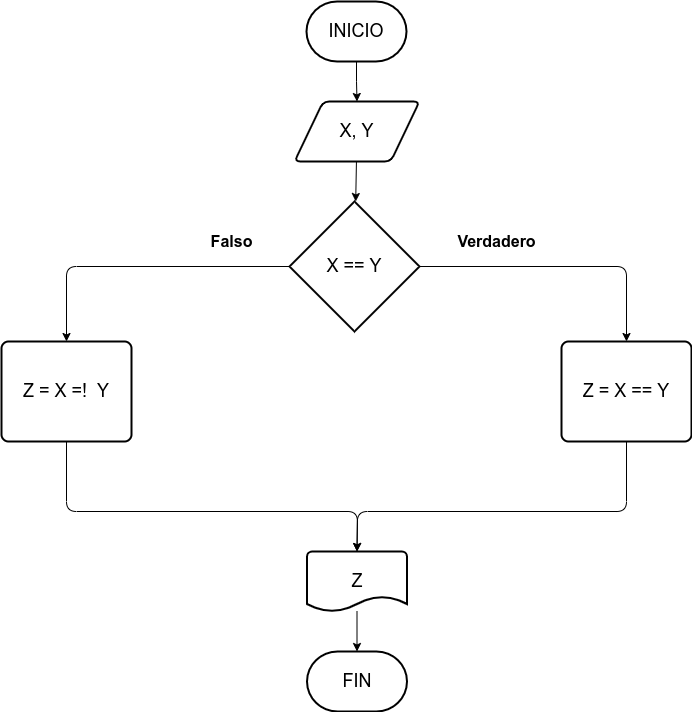
This is numeros-diferentes/numeros-diferentes.png from sanmacorz/ejercicios-fundamentos, a draw.io export, as it was before one commit. Source tidied: cells renumbered, new cells last; positions are measured from the earlier drawing's top-left corner, leaving out a move shared by most shapes.
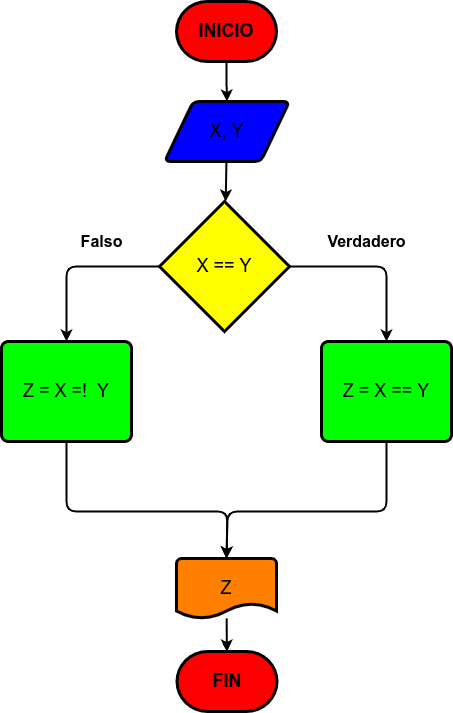
Above is the later version.

What changed in the source:
```diff
@@ -1,71 +1,74 @@
-<mxGraphModel>
+<mxGraphModel background="#FFFFFF">
   <root>
     <mxCell id="0" />
     <mxCell id="1" parent="0" />
-    <mxCell id="2" style="edgeStyle=none;html=1;" parent="1" edge="1" source="3" target="11">
+    <mxCell id="2" style="edgeStyle=none;html=1;strokeColor=#000000;strokeWidth=2;" parent="1" edge="1" source="3" target="11">
       <mxGeometry relative="1" as="geometry" />
     </mxCell>
-    <mxCell id="3" value="&lt;font style=&quot;font-size: 18px&quot;&gt;X, Y&lt;br&gt;&lt;/font&gt;" style="shape=parallelogram;html=1;strokeWidth=2;perimeter=parallelogramPerimeter;whiteSpace=wrap;rounded=1;arcSize=12;size=0.23;" parent="1" vertex="1">
+    <mxCell id="3" value="&lt;font style=&quot;font-size: 18px&quot;&gt;X, Y&lt;br&gt;&lt;/font&gt;" style="shape=parallelogram;html=1;strokeWidth=3;perimeter=parallelogramPerimeter;whiteSpace=wrap;rounded=1;arcSize=12;size=0.23;fillColor=#0000FF;fontColor=#000000;strokeColor=#000000;" parent="1" vertex="1">
       <mxGeometry x="293" y="100" width="125" height="60" as="geometry" />
     </mxCell>
-    <mxCell id="4" style="edgeStyle=orthogonalEdgeStyle;rounded=0;jettySize=auto;html=1;fontSize=18;" parent="1" edge="1" source="5" target="3">
+    <mxCell id="4" style="edgeStyle=orthogonalEdgeStyle;rounded=0;jettySize=auto;html=1;fontSize=18;strokeColor=#000000;strokeWidth=2;" parent="1" edge="1" source="5" target="3">
       <mxGeometry relative="1" as="geometry" />
     </mxCell>
-    <mxCell id="5" value="INICIO" style="strokeWidth=2;html=1;shape=mxgraph.flowchart.terminator;whiteSpace=wrap;fontSize=18;" parent="1" vertex="1">
+    <mxCell id="5" value="INICIO" style="strokeWidth=3;html=1;shape=mxgraph.flowchart.terminator;whiteSpace=wrap;fontSize=18;fillColor=#FF0000;fontStyle=1;fontColor=#000000;strokeColor=#000000;" parent="1" vertex="1">
       <mxGeometry x="305" width="100" height="60" as="geometry" />
     </mxCell>
-    <mxCell id="6" value="FIN" style="strokeWidth=2;html=1;shape=mxgraph.flowchart.terminator;whiteSpace=wrap;fontSize=18;" parent="1" vertex="1">
+    <mxCell id="6" value="FIN" style="strokeWidth=3;html=1;shape=mxgraph.flowchart.terminator;whiteSpace=wrap;fontSize=18;fillColor=#FF0000;fontStyle=1;fontColor=#000000;strokeColor=#000000;" parent="1" vertex="1">
       <mxGeometry x="305.5" y="650" width="100" height="60" as="geometry" />
     </mxCell>
-    <mxCell id="7" style="edgeStyle=orthogonalEdgeStyle;rounded=0;jettySize=auto;html=1;fontSize=18;" parent="1" edge="1" source="8" target="6">
+    <mxCell id="7" style="edgeStyle=orthogonalEdgeStyle;rounded=0;jettySize=auto;html=1;fontSize=18;strokeColor=#000000;" parent="1" edge="1" source="8" target="6">
       <mxGeometry relative="1" as="geometry" />
     </mxCell>
+    <mxCell id="18" style="edgeStyle=none;html=1;fontColor=#000000;strokeColor=#000000;strokeWidth=2;" parent="1" edge="1" source="8" target="6">
+      <mxGeometry relative="1" as="geometry" />
+    </mxCell>
-    <mxCell id="8" value="Z" style="strokeWidth=2;html=1;shape=mxgraph.flowchart.document2;whiteSpace=wrap;size=0.25;fontSize=18;" parent="1" vertex="1">
-      <mxGeometry x="305.5" y="550" width="100" height="60" as="geometry" />
+    <mxCell id="8" value="Z" style="strokeWidth=3;html=1;shape=mxgraph.flowchart.document2;whiteSpace=wrap;size=0.25;fontSize=18;fillColor=#FF8000;fontColor=#000000;strokeColor=#000000;" parent="1" vertex="1">
+      <mxGeometry x="305" y="557" width="100" height="60" as="geometry" />
     </mxCell>
-    <mxCell id="9" style="edgeStyle=none;html=1;exitX=1;exitY=0.5;exitDx=0;exitDy=0;exitPerimeter=0;entryX=0.5;entryY=0;entryDx=0;entryDy=0;" parent="1" edge="1" source="11" target="15">
+    <mxCell id="9" style="edgeStyle=none;html=1;exitX=1;exitY=0.5;exitDx=0;exitDy=0;exitPerimeter=0;entryX=0.5;entryY=0;entryDx=0;entryDy=0;strokeColor=#000000;strokeWidth=2;" parent="1" edge="1" source="11" target="15">
       <mxGeometry relative="1" as="geometry">
         <Array as="points">
-          <mxPoint x="625" y="265" />
+          <mxPoint x="515" y="265" />
         </Array>
       </mxGeometry>
     </mxCell>
-    <mxCell id="10" style="edgeStyle=none;html=1;exitX=0;exitY=0.5;exitDx=0;exitDy=0;exitPerimeter=0;entryX=0.5;entryY=0;entryDx=0;entryDy=0;" parent="1" edge="1" source="11" target="13">
+    <mxCell id="10" style="edgeStyle=none;html=1;exitX=0;exitY=0.5;exitDx=0;exitDy=0;exitPerimeter=0;entryX=0.5;entryY=0;entryDx=0;entryDy=0;strokeColor=#000000;strokeWidth=2;" parent="1" edge="1" source="11" target="13">
       <mxGeometry relative="1" as="geometry">
         <Array as="points">
-          <mxPoint x="65" y="265" />
+          <mxPoint x="195" y="265" />
         </Array>
       </mxGeometry>
     </mxCell>
-    <mxCell id="11" value="&lt;font face=&quot;helvetica&quot;&gt;&lt;span style=&quot;font-size: 18px&quot;&gt;X == Y&lt;/span&gt;&lt;/font&gt;" style="strokeWidth=2;html=1;shape=mxgraph.flowchart.decision;whiteSpace=wrap;" parent="1" vertex="1">
+    <mxCell id="11" value="&lt;font face=&quot;helvetica&quot;&gt;&lt;span style=&quot;font-size: 18px&quot;&gt;X == Y&lt;/span&gt;&lt;/font&gt;" style="strokeWidth=3;html=1;shape=mxgraph.flowchart.decision;whiteSpace=wrap;fillColor=#FFFF00;fontColor=#000000;strokeColor=#000000;" parent="1" vertex="1">
       <mxGeometry x="288" y="200" width="130" height="130" as="geometry" />
     </mxCell>
-    <mxCell id="12" style="edgeStyle=none;html=1;exitX=0.5;exitY=1;exitDx=0;exitDy=0;entryX=0.5;entryY=0;entryDx=0;entryDy=0;entryPerimeter=0;" parent="1" edge="1" source="13" target="8">
+    <mxCell id="12" style="edgeStyle=none;html=1;exitX=0.5;exitY=1;exitDx=0;exitDy=0;entryX=0.5;entryY=0;entryDx=0;entryDy=0;entryPerimeter=0;strokeColor=#000000;strokeWidth=2;" parent="1" edge="1" source="13" target="8">
       <mxGeometry relative="1" as="geometry">
         <Array as="points">
-          <mxPoint x="65" y="510" />
+          <mxPoint x="195" y="510" />
           <mxPoint x="356" y="510" />
         </Array>
       </mxGeometry>
     </mxCell>
-    <mxCell id="13" value="&lt;font style=&quot;font-size: 18px&quot;&gt;Z = X =!&amp;nbsp; Y&lt;/font&gt;" style="rounded=1;whiteSpace=wrap;html=1;absoluteArcSize=1;arcSize=14;strokeWidth=2;" parent="1" vertex="1">
-      <mxGeometry y="340" width="130" height="100" as="geometry" />
+    <mxCell id="13" value="&lt;font style=&quot;font-size: 18px&quot;&gt;Z = X =!&amp;nbsp; Y&lt;/font&gt;" style="rounded=1;whiteSpace=wrap;html=1;absoluteArcSize=1;arcSize=14;strokeWidth=3;fillColor=#00FF00;fontColor=#000000;strokeColor=#000000;" parent="1" vertex="1">
+      <mxGeometry x="130" y="340" width="130" height="100" as="geometry" />
     </mxCell>
-    <mxCell id="14" style="edgeStyle=none;html=1;exitX=0.5;exitY=1;exitDx=0;exitDy=0;entryX=0.5;entryY=0;entryDx=0;entryDy=0;entryPerimeter=0;" parent="1" edge="1" source="15" target="8">
+    <mxCell id="14" style="edgeStyle=none;html=1;exitX=0.5;exitY=1;exitDx=0;exitDy=0;entryX=0.5;entryY=0;entryDx=0;entryDy=0;entryPerimeter=0;strokeColor=#000000;strokeWidth=2;" parent="1" edge="1" source="15" target="8">
       <mxGeometry relative="1" as="geometry">
         <Array as="points">
-          <mxPoint x="625" y="510" />
+          <mxPoint x="515" y="510" />
           <mxPoint x="356" y="510" />
         </Array>
       </mxGeometry>
     </mxCell>
-    <mxCell id="15" value="&lt;font style=&quot;font-size: 18px&quot;&gt;Z = X == Y&lt;/font&gt;" style="rounded=1;whiteSpace=wrap;html=1;absoluteArcSize=1;arcSize=14;strokeWidth=2;" parent="1" vertex="1">
-      <mxGeometry x="560" y="340" width="130" height="100" as="geometry" />
+    <mxCell id="15" value="&lt;font style=&quot;font-size: 18px&quot;&gt;Z = X == Y&lt;/font&gt;" style="rounded=1;whiteSpace=wrap;html=1;absoluteArcSize=1;arcSize=14;strokeWidth=3;fillColor=#00FF00;fontColor=#000000;strokeColor=#000000;" parent="1" vertex="1">
+      <mxGeometry x="450" y="340" width="130" height="100" as="geometry" />
     </mxCell>
-    <mxCell id="16" value="&lt;b&gt;&lt;font style=&quot;font-size: 16px&quot;&gt;Falso&lt;/font&gt;&lt;/b&gt;" style="text;html=1;align=center;verticalAlign=middle;strokeColor=none;fillColor=none;" parent="1" vertex="1">
+    <mxCell id="16" value="&lt;b&gt;&lt;font style=&quot;font-size: 16px&quot;&gt;Falso&lt;/font&gt;&lt;/b&gt;" style="text;html=1;align=center;verticalAlign=middle;strokeColor=none;fillColor=none;fontColor=#000000;" parent="1" vertex="1">
       <mxGeometry x="200" y="230" width="60" height="20" as="geometry" />
     </mxCell>
-    <mxCell id="17" value="&lt;b&gt;&lt;font style=&quot;font-size: 16px&quot;&gt;Verdadero&lt;/font&gt;&lt;/b&gt;" style="text;html=1;align=center;verticalAlign=middle;strokeColor=none;fillColor=none;fontSize=16;" parent="1" vertex="1">
+    <mxCell id="17" value="&lt;b&gt;&lt;font style=&quot;font-size: 16px&quot;&gt;Verdadero&lt;/font&gt;&lt;/b&gt;" style="text;html=1;align=center;verticalAlign=middle;strokeColor=none;fillColor=none;fontSize=16;fontColor=#000000;" parent="1" vertex="1">
       <mxGeometry x="450" y="230" width="90" height="20" as="geometry" />
     </mxCell>
   </root>
```
